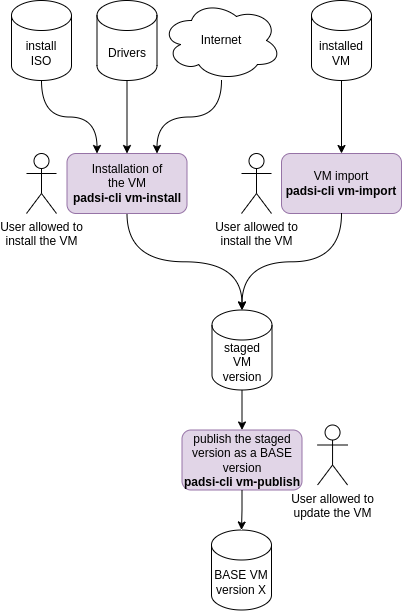
Above: doc/VM lifecycle1.png in DGAC/padsi (draw.io), before the change. Source tidied: cells renumbered, new cells last; positions are measured from the earlier drawing's top-left corner, leaving out a move shared by most shapes.
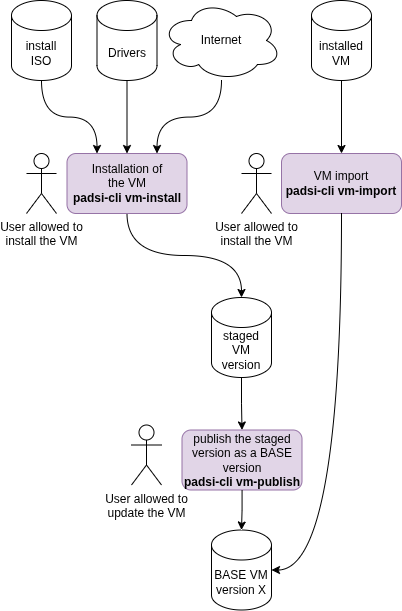
Later version of the same file.

What changed in the source:
```diff
@@ -29,11 +29,11 @@
     <mxCell id="10" value="User allowed to&lt;div&gt;install the VM&lt;/div&gt;" style="shape=umlActor;verticalLabelPosition=bottom;verticalAlign=top;html=1;" parent="1" vertex="1">
       <mxGeometry x="15" y="153" width="30" height="60" as="geometry" />
     </mxCell>
-    <mxCell id="11" style="edgeStyle=orthogonalEdgeStyle;rounded=0;jettySize=auto;html=1;entryX=0.5;entryY=0;entryDx=0;entryDy=0;" parent="1" edge="1" source="12" target="13">
+    <mxCell id="11" style="edgeStyle=orthogonalEdgeStyle;rounded=0;jettySize=auto;html=1;entryX=0.5;entryY=0;entryDx=0;entryDy=0;curved=1;" parent="1" edge="1" source="12" target="13">
       <mxGeometry relative="1" as="geometry" />
     </mxCell>
     <mxCell id="12" value="staged&lt;div&gt;VM version&lt;/div&gt;" style="shape=cylinder3;whiteSpace=wrap;html=1;boundedLbl=1;backgroundOutline=1;size=15;" parent="1" vertex="1">
-      <mxGeometry x="200.5" y="309.5" width="60" height="80" as="geometry" />
+      <mxGeometry x="200" y="297" width="60" height="80" as="geometry" />
     </mxCell>
     <mxCell id="13" value="publish the staged version as a BASE version&lt;div&gt;&lt;b&gt;padsi-cli vm-publish&lt;/b&gt;&lt;/div&gt;" style="rounded=1;whiteSpace=wrap;html=1;fillColor=#e1d5e7;strokeColor=#9673a6;" parent="1" vertex="1">
       <mxGeometry x="170.5" y="429.5" width="120" height="60" as="geometry" />
@@ -45,7 +45,7 @@
       <mxGeometry relative="1" as="geometry" />
     </mxCell>
     <mxCell id="16" value="User allowed to&lt;div&gt;update the VM&lt;/div&gt;" style="shape=umlActor;verticalLabelPosition=bottom;verticalAlign=top;html=1;" parent="1" vertex="1">
-      <mxGeometry x="306.1" y="424.5" width="30" height="60" as="geometry" />
+      <mxGeometry x="120" y="424.5" width="30" height="60" as="geometry" />
     </mxCell>
     <mxCell id="17" style="edgeStyle=orthogonalEdgeStyle;curved=1;rounded=0;jettySize=auto;html=1;" parent="1" edge="1" source="18" target="19">
       <mxGeometry relative="1" as="geometry" />
@@ -56,7 +56,7 @@
     <mxCell id="19" value="VM import&lt;div&gt;&lt;b&gt;padsi-cli vm-import&lt;/b&gt;&lt;/div&gt;" style="rounded=1;whiteSpace=wrap;html=1;fillColor=#e1d5e7;strokeColor=#9673a6;" parent="1" vertex="1">
       <mxGeometry x="270" y="153" width="120" height="60" as="geometry" />
     </mxCell>
-    <mxCell id="20" style="edgeStyle=orthogonalEdgeStyle;curved=1;rounded=0;jettySize=auto;html=1;entryX=0.5;entryY=0;entryDx=0;entryDy=0;entryPerimeter=0;exitX=0.5;exitY=1;exitDx=0;exitDy=0;" parent="1" edge="1" source="19" target="12">
+    <mxCell id="20" style="edgeStyle=orthogonalEdgeStyle;curved=1;rounded=0;jettySize=auto;html=1;entryX=1;entryY=0.5;entryDx=0;entryDy=0;exitX=0.5;exitY=1;exitDx=0;exitDy=0;entryPerimeter=0;" parent="1" edge="1" source="19" target="14">
       <mxGeometry relative="1" as="geometry" />
     </mxCell>
     <mxCell id="21" value="User allowed to&lt;div&gt;install the VM&lt;/div&gt;" style="shape=umlActor;verticalLabelPosition=bottom;verticalAlign=top;html=1;" parent="1" vertex="1">
```
